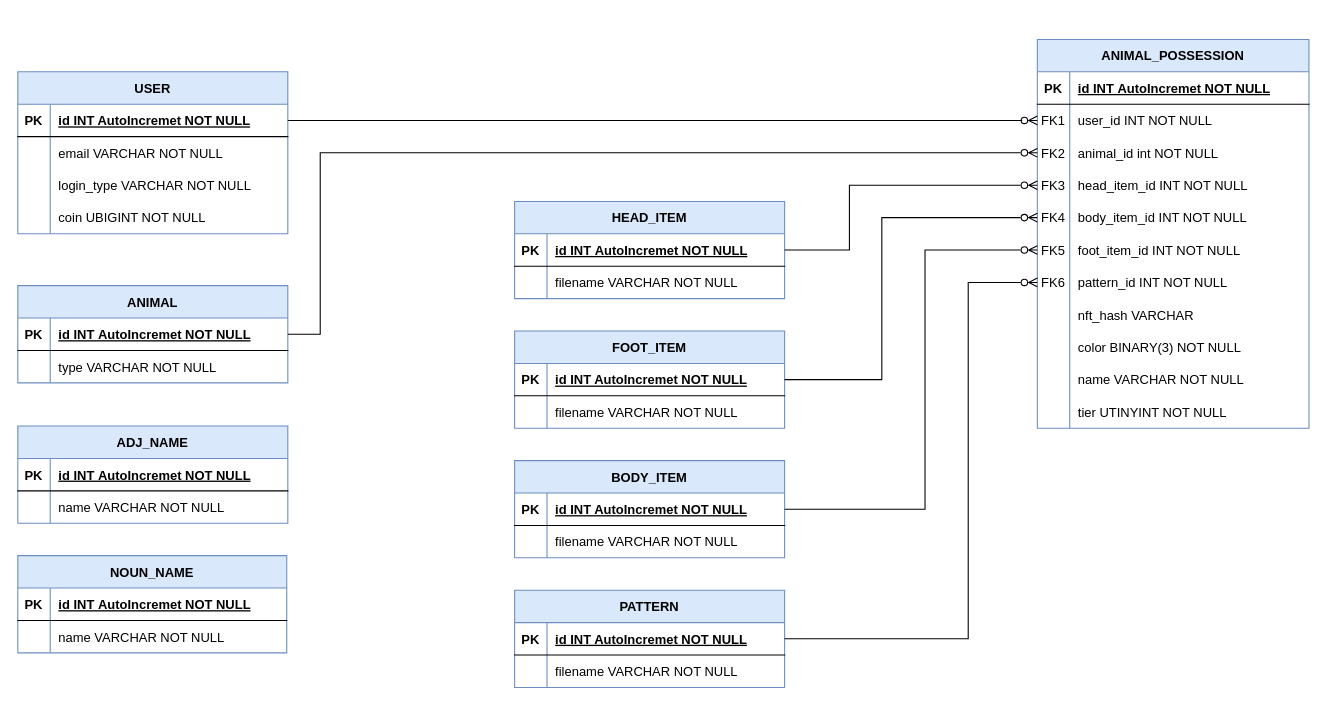
This is BLUE_HAT_ERD.drawio from Blue-Hat-Games/bluehat_server, a draw.io file, before an edit. Source tidied: cells renumbered, new cells numbered last; positions are measured from the earlier drawing's top-left corner, leaving out a move shared by most shapes. Both pictures are drawn from the tidied source at 108%, with x=0, y=0 at pixel (17, 39).
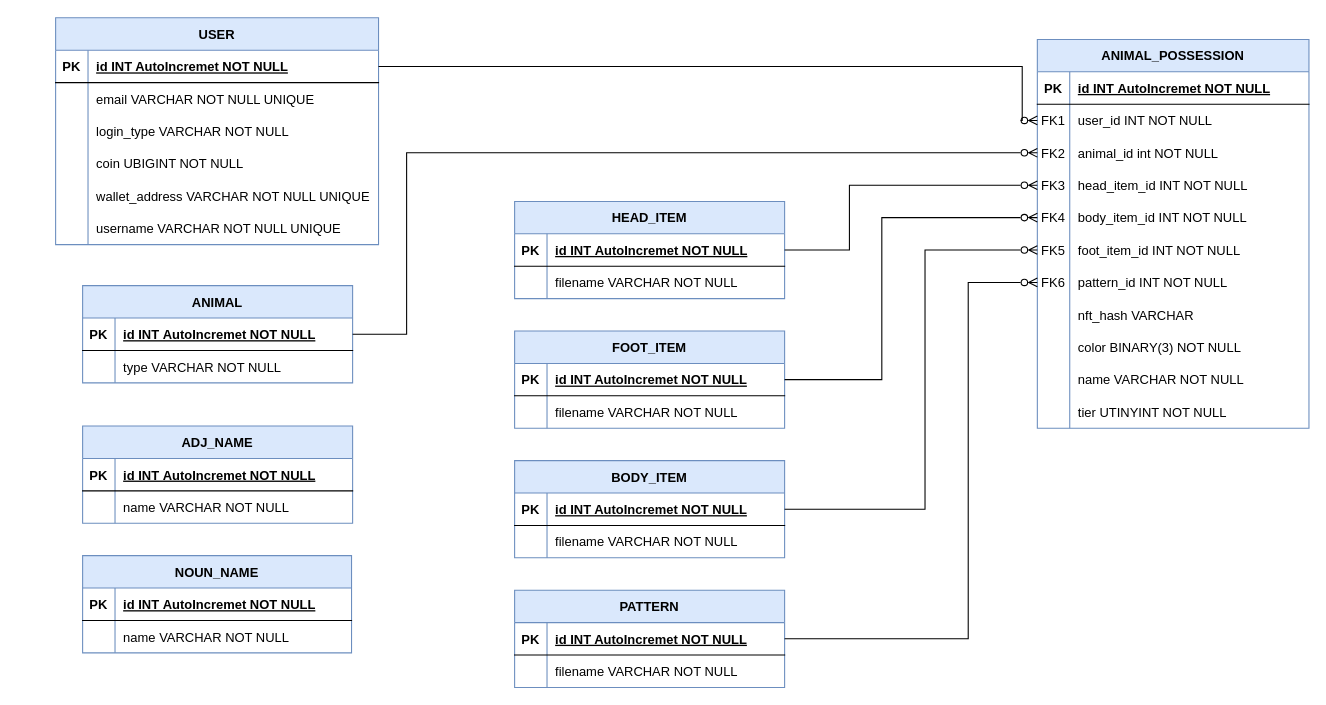
Above is the later version.

Commit message:
Docs: Update user table at .drawio

Unchanged cells that the change refers to:
```xml
<mxCell id="3" style="shape=partialRectangle;fillColor=none;points=[[0,0.5],[1,0.5]];portConstraint=eastwest;top=0;left=0;right=0;bottom=1;" parent="2" vertex="1">
  <mxGeometry y="30" width="250" height="30" as="geometry" />
</mxCell>
<mxCell id="13" style="shape=partialRectangle;fillColor=none;points=[[0,0.5],[1,0.5]];portConstraint=eastwest;top=0;left=0;right=0;bottom=0;" parent="9" vertex="1">
  <mxGeometry y="60" width="251.5" height="30" as="geometry" />
</mxCell>
<mxCell id="16" style="shape=partialRectangle;fillColor=none;points=[[0,0.5],[1,0.5]];portConstraint=eastwest;top=0;left=0;right=0;bottom=0;" parent="9" vertex="1">
  <mxGeometry y="90" width="251.5" height="30" as="geometry" />
</mxCell>
```

Diff of the diagram source:
```diff
@@
     <mxCell id="2" value="ANIMAL" style="shape=table;startSize=30;childLayout=tableLayout;rowLines=0;fontStyle=1;align=center;fillColor=#dae8fc;strokeColor=#6c8ebf;" parent="1" vertex="1">
-      <mxGeometry y="228" width="250" height="90" as="geometry" />
+      <mxGeometry x="60" y="228" width="250" height="90" as="geometry" />
     </mxCell>
@@
     <mxCell id="43" value="USER" style="shape=table;startSize=30;childLayout=tableLayout;rowLines=0;fontStyle=1;align=center;fillColor=#dae8fc;strokeColor=#6c8ebf;" parent="1" vertex="1">
-      <mxGeometry y="30" width="250" height="150" as="geometry" />
+      <mxGeometry x="35" y="-20" width="299" height="210" as="geometry" />
     </mxCell>
     <mxCell id="44" style="shape=partialRectangle;fillColor=none;points=[[0,0.5],[1,0.5]];portConstraint=eastwest;top=0;left=0;right=0;bottom=1;" parent="43" vertex="1">
-      <mxGeometry y="30" width="250" height="30" as="geometry" />
+      <mxGeometry y="30" width="299" height="30" as="geometry" />
     </mxCell>
@@
     <mxCell id="46" value="id INT AutoIncremet NOT NULL" style="shape=partialRectangle;overflow=hidden;fillColor=none;top=0;left=0;bottom=0;right=0;align=left;spacingLeft=6;fontStyle=5;" parent="44" vertex="1">
-      <mxGeometry x="30" width="220" height="30" as="geometry" />
+      <mxGeometry x="30" width="269" height="30" as="geometry" />
     </mxCell>
     <mxCell id="47" style="shape=partialRectangle;fillColor=none;top=0;left=0;right=0;bottom=0;" parent="43" vertex="1">
-      <mxGeometry y="60" width="250" height="30" as="geometry" />
+      <mxGeometry y="60" width="299" height="30" as="geometry" />
     </mxCell>
@@
-    <mxCell id="49" value="email VARCHAR NOT NULL" style="shape=partialRectangle;overflow=hidden;fillColor=none;top=0;left=0;bottom=0;right=0;align=left;spacingLeft=6;" parent="47" vertex="1">
-      <mxGeometry x="30" width="220" height="30" as="geometry" />
+    <mxCell id="49" value="email VARCHAR NOT NULL UNIQUE" style="shape=partialRectangle;overflow=hidden;fillColor=none;top=0;left=0;bottom=0;right=0;align=left;spacingLeft=6;" parent="47" vertex="1">
+      <mxGeometry x="30" width="269" height="30" as="geometry" />
     </mxCell>
     <mxCell id="50" style="shape=partialRectangle;fillColor=none;points=[[0,0.5],[1,0.5]];portConstraint=eastwest;top=0;left=0;right=0;bottom=0;" parent="43" vertex="1">
-      <mxGeometry y="90" width="250" height="30" as="geometry" />
+      <mxGeometry y="90" width="299" height="30" as="geometry" />
     </mxCell>
@@
     <mxCell id="52" value="login_type VARCHAR NOT NULL" style="shape=partialRectangle;overflow=hidden;fillColor=none;top=0;left=0;bottom=0;right=0;align=left;spacingLeft=6;" parent="50" vertex="1">
-      <mxGeometry x="30" width="220" height="30" as="geometry" />
+      <mxGeometry x="30" width="269" height="30" as="geometry" />
     </mxCell>
     <mxCell id="53" style="shape=partialRectangle;fillColor=none;top=0;left=0;right=0;bottom=0;" parent="43" vertex="1">
-      <mxGeometry y="120" width="250" height="30" as="geometry" />
+      <mxGeometry y="120" width="299" height="30" as="geometry" />
     </mxCell>
@@
     <mxCell id="55" value="coin UBIGINT NOT NULL" style="shape=partialRectangle;overflow=hidden;fillColor=none;top=0;left=0;bottom=0;right=0;align=left;spacingLeft=6;" parent="53" vertex="1">
-      <mxGeometry x="30" width="220" height="30" as="geometry" />
+      <mxGeometry x="30" width="269" height="30" as="geometry" />
     </mxCell>
+    <mxCell id="104" style="shape=partialRectangle;fillColor=none;top=0;left=0;right=0;bottom=0;" parent="43" vertex="1">
+      <mxGeometry y="150" width="299" height="30" as="geometry" />
+    </mxCell>
+    <mxCell id="105" style="shape=partialRectangle;overflow=hidden;fillColor=none;top=0;left=0;bottom=0;right=0;" parent="104" vertex="1">
+      <mxGeometry width="30" height="30" as="geometry" />
+    </mxCell>
+    <mxCell id="106" value="wallet_address VARCHAR NOT NULL UNIQUE" style="shape=partialRectangle;overflow=hidden;fillColor=none;top=0;left=0;bottom=0;right=0;align=left;spacingLeft=6;" parent="104" vertex="1">
+      <mxGeometry x="30" width="269" height="30" as="geometry" />
+    </mxCell>
+    <mxCell id="107" style="shape=partialRectangle;fillColor=none;top=0;left=0;right=0;bottom=0;" parent="43" vertex="1">
+      <mxGeometry y="180" width="299" height="30" as="geometry" />
+    </mxCell>
+    <mxCell id="108" style="shape=partialRectangle;overflow=hidden;fillColor=none;top=0;left=0;bottom=0;right=0;" parent="107" vertex="1">
+      <mxGeometry width="30" height="30" as="geometry" />
+    </mxCell>
+    <mxCell id="109" value="username VARCHAR NOT NULL UNIQUE" style="shape=partialRectangle;overflow=hidden;fillColor=none;top=0;left=0;bottom=0;right=0;align=left;spacingLeft=6;" parent="107" vertex="1">
+      <mxGeometry x="30" width="269" height="30" as="geometry" />
+    </mxCell>
+    <mxCell id="110" style="edgeStyle=orthogonalEdgeStyle;rounded=0;orthogonalLoop=1;jettySize=auto;html=1;exitX=1;exitY=0.5;exitDx=0;exitDy=0;" parent="43" edge="1" source="50" target="50">
+      <mxGeometry relative="1" as="geometry" />
+    </mxCell>
@@
     <mxCell id="84" value="ADJ_NAME" style="shape=table;startSize=30;childLayout=tableLayout;rowLines=0;fontStyle=1;align=center;fillColor=#dae8fc;strokeColor=#6c8ebf;" parent="1" vertex="1">
-      <mxGeometry y="358" width="250" height="90" as="geometry" />
+      <mxGeometry x="60" y="358" width="250" height="90" as="geometry" />
     </mxCell>
@@
     <mxCell id="91" value="NOUN_NAME" style="shape=table;startSize=30;childLayout=tableLayout;rowLines=0;fontStyle=1;align=center;fillColor=#dae8fc;strokeColor=#6c8ebf;" parent="1" vertex="1">
-      <mxGeometry y="478" width="249" height="90" as="geometry" />
+      <mxGeometry x="60" y="478" width="249" height="90" as="geometry" />
     </mxCell>
@@
     <mxCell id="98" style="edgeStyle=orthogonalEdgeStyle;rounded=0;jettySize=auto;html=1;exitX=1;exitY=0.5;exitDx=0;exitDy=0;entryX=0;entryY=0.5;entryDx=0;entryDy=0;endArrow=ERzeroToMany;endFill=0;" parent="1" edge="1" source="44" target="13">
       <mxGeometry relative="1" as="geometry">
         <Array as="points">
-          <mxPoint x="930" y="75" />
+          <mxPoint x="930" y="25" />
           <mxPoint x="930" y="75" />
         </Array>
       </mxGeometry>
     </mxCell>
@@
     <mxCell id="103" style="edgeStyle=orthogonalEdgeStyle;rounded=0;jettySize=auto;html=1;exitX=1;exitY=0.5;exitDx=0;exitDy=0;entryX=0;entryY=0.5;entryDx=0;entryDy=0;endArrow=ERzeroToMany;endFill=0;" parent="1" edge="1" source="3" target="16">
       <mxGeometry relative="1" as="geometry">
         <Array as="points">
-          <mxPoint x="280" y="273" />
-          <mxPoint x="280" y="105" />
+          <mxPoint x="360" y="273" />
+          <mxPoint x="360" y="105" />
         </Array>
       </mxGeometry>
     </mxCell>
```
